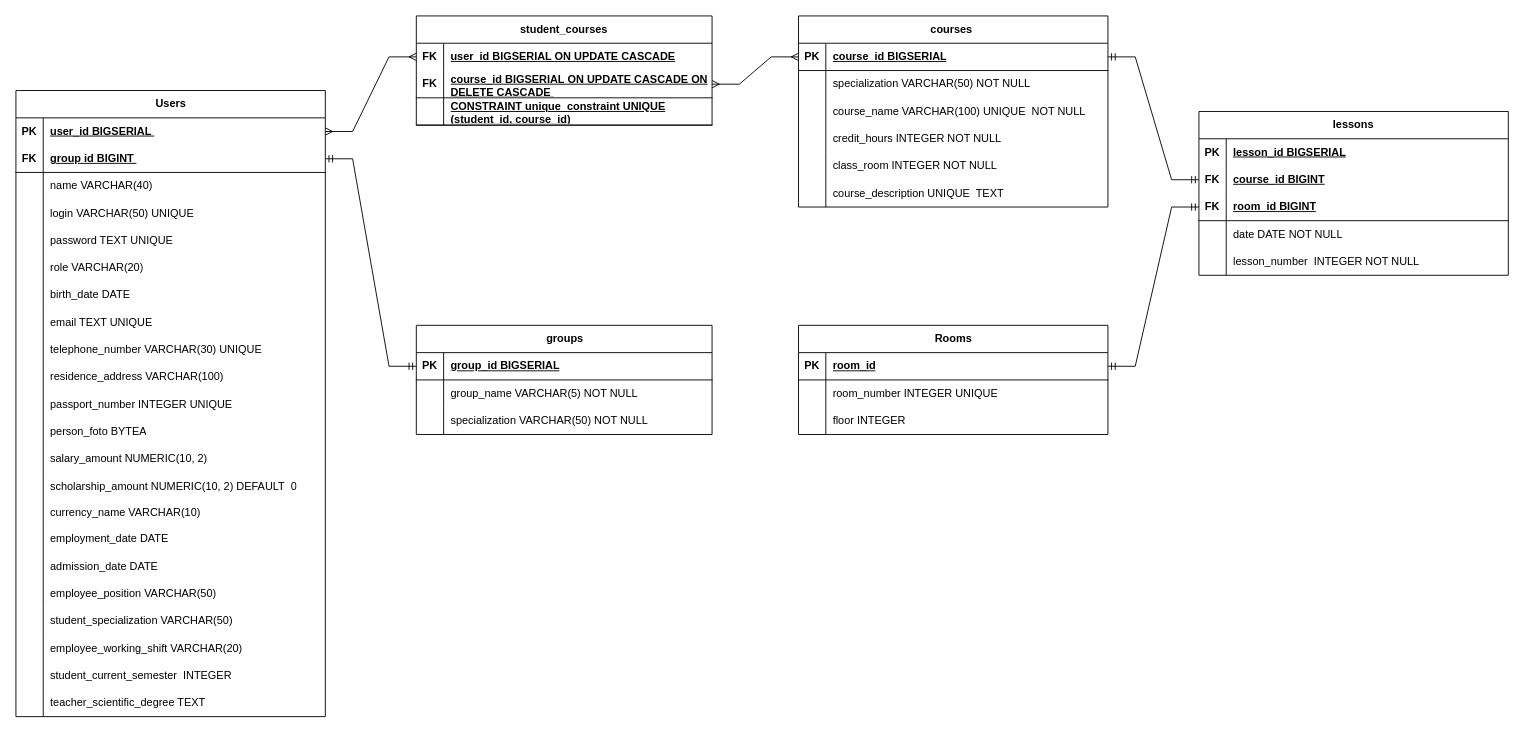
AndreiKurbatov/university-cms-docs keeps this draw.io diagram as database_schema.drawio. Above is the earlier version. Source tidied: cells renumbered, new cells numbered last; positions are measured from the earlier drawing's top-left corner, leaving out a move shared by most shapes. Both pictures are drawn from the tidied source at 91%, with x=0, y=0 at pixel (15, 15).
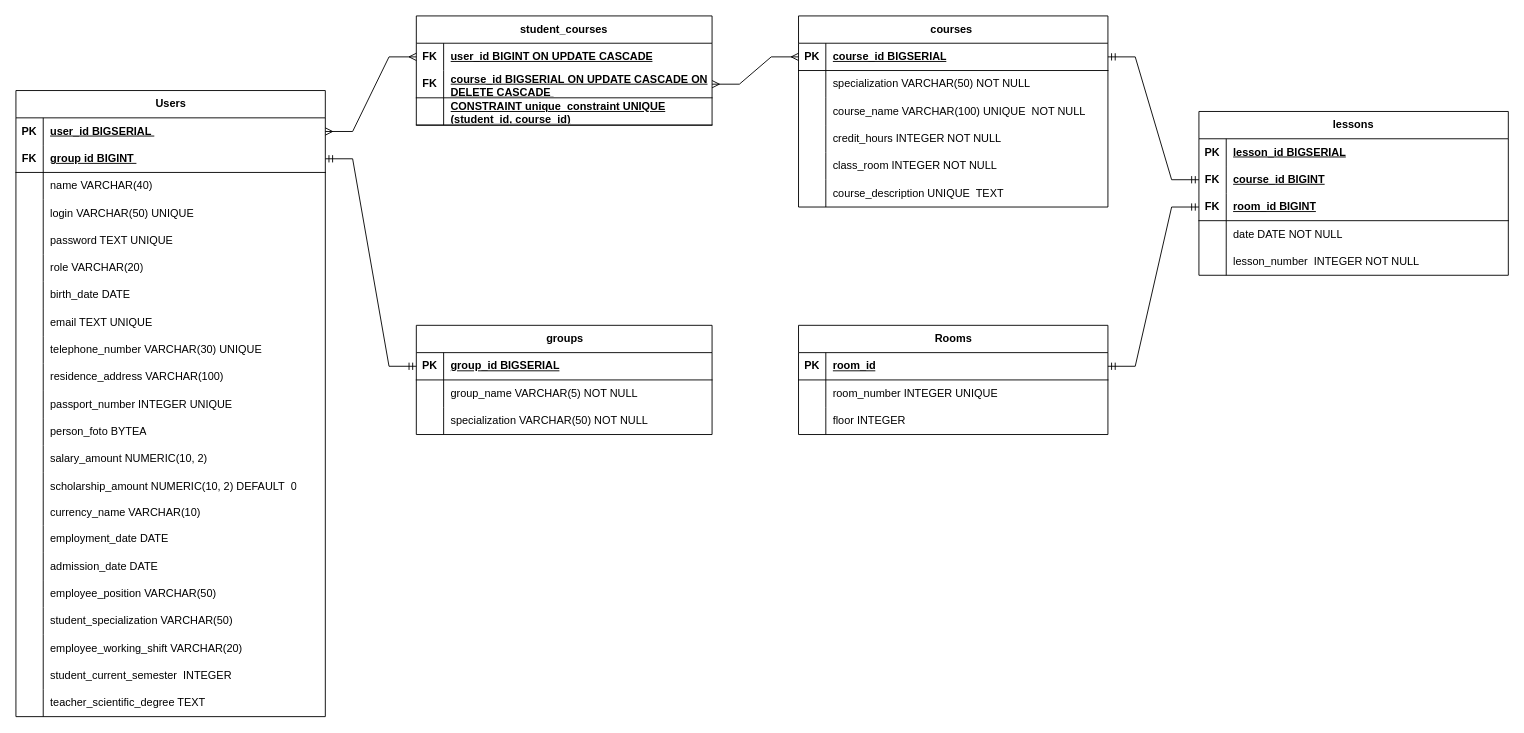
The same diagram, later.

Commit message (it also covers changes not shown here):
update docs: the field in Lesson class is changed: date -> lessonDate

Unchanged cells that the change refers to:
```xml
<mxCell id="48" style="shape=tableRow;horizontal=0;startSize=0;swimlaneHead=0;swimlaneBody=0;fillColor=none;points=[[0,0.5],[1,0.5]];portConstraint=eastwest;top=0;left=0;right=0;bottom=0;html=1;" parent="47" vertex="1">
  <mxGeometry y="30" width="325" height="30" as="geometry" />
</mxCell>
```

Change to the diagram source:
```diff
@@
-    <mxCell id="50" value="user_id BIGSERIAL ON UPDATE CASCADE" style="shape=partialRectangle;fillColor=none;top=0;left=0;bottom=0;right=0;align=left;spacingLeft=6;fontStyle=5;overflow=hidden;html=1;whiteSpace=wrap;" parent="48" vertex="1">
+    <mxCell id="50" value="user_id BIGINT ON UPDATE CASCADE" style="shape=partialRectangle;fillColor=none;top=0;left=0;bottom=0;right=0;align=left;spacingLeft=6;fontStyle=5;overflow=hidden;html=1;whiteSpace=wrap;" parent="48" vertex="1">
       <mxGeometry x="30" width="295" height="30" as="geometry" />
     </mxCell>
```
